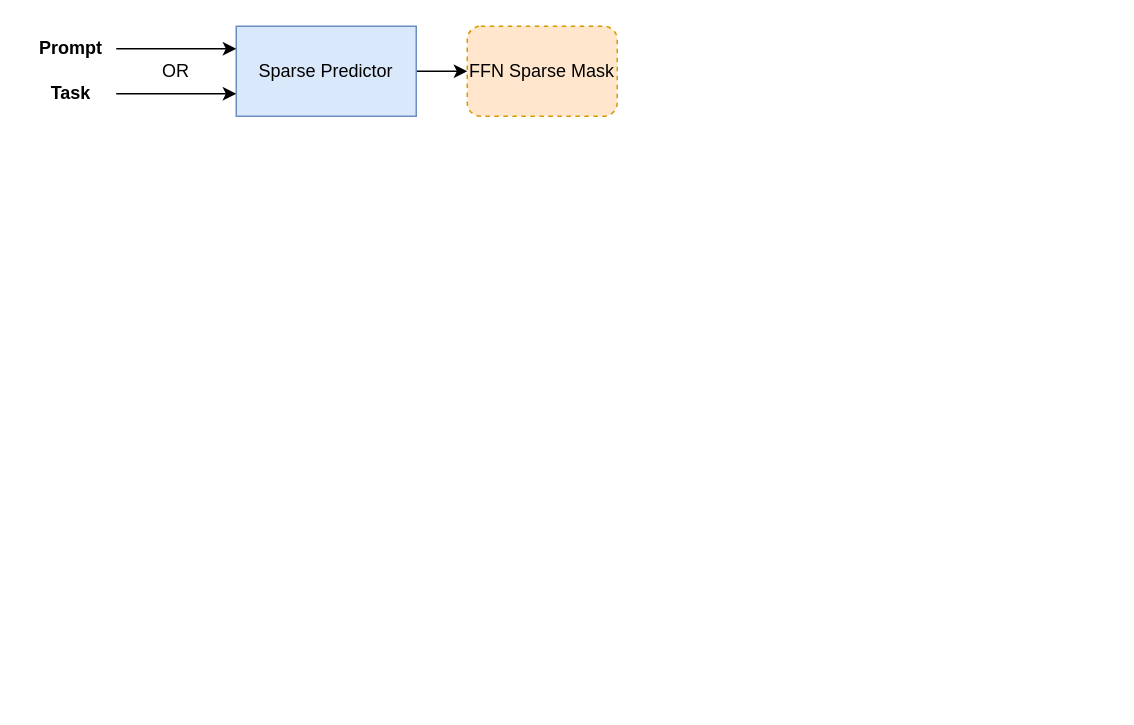
Earlier version of the draw.io diagram llama.cpp/大语言模型的指令跟踪修剪.drawio (mailonghua/drawio). Source tidied: cells renumbered, new cells numbered last; positions are measured from the earlier drawing's top-left corner, leaving out a move shared by most shapes. Both pictures are drawn from the tidied source at 150%, with x=0, y=0 at pixel (26, 26).
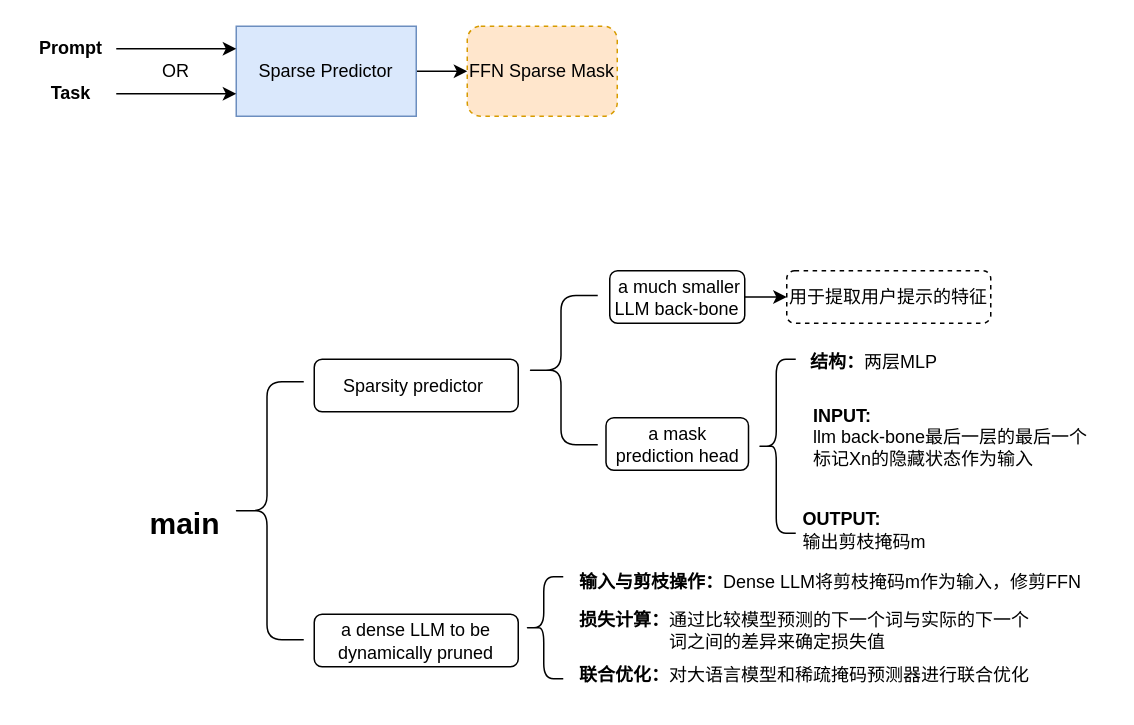
After the change.

Commit message (it also covers changes not shown here):
更新大语言模型的指令跟踪修剪.drawio

What changed in the source:
```diff
@@
+    <mxCell id="10" value="Sparsity predictor&amp;nbsp;" style="rounded=1;whiteSpace=wrap;html=1;" parent="1" vertex="1">
+      <mxGeometry x="192" y="222" width="136" height="35" as="geometry" />
+    </mxCell>
+    <mxCell id="11" value="main" style="text;strokeColor=none;align=center;fillColor=none;html=1;verticalAlign=middle;whiteSpace=wrap;rounded=0;fontSize=20;fontStyle=1;" parent="1" vertex="1">
+      <mxGeometry x="76" y="316" width="60" height="30" as="geometry" />
+    </mxCell>
+    <mxCell id="12" style="shape=curlyBracket;whiteSpace=wrap;html=1;rounded=1;labelPosition=left;verticalLabelPosition=middle;align=right;verticalAlign=middle;" parent="1" vertex="1">
+      <mxGeometry x="332" y="179.5" width="49" height="99.5" as="geometry" />
+    </mxCell>
+    <mxCell id="13" value="&lt;div&gt;a&amp;nbsp;&lt;span style=&quot;background-color: transparent;&quot;&gt;dense LLM to be dynamically pruned&lt;/span&gt;&lt;/div&gt;" style="rounded=1;whiteSpace=wrap;html=1;" parent="1" vertex="1">
+      <mxGeometry x="192" y="392" width="136" height="35" as="geometry" />
+    </mxCell>
+    <mxCell id="14" style="shape=curlyBracket;whiteSpace=wrap;html=1;rounded=1;labelPosition=left;verticalLabelPosition=middle;align=right;verticalAlign=middle;size=0.5;" parent="1" vertex="1">
+      <mxGeometry x="136" y="237" width="49" height="172" as="geometry" />
+    </mxCell>
+    <mxCell id="15" style="edgeStyle=orthogonalEdgeStyle;rounded=0;jettySize=auto;html=1;" parent="1" edge="1" source="16" target="18">
+      <mxGeometry relative="1" as="geometry" />
+    </mxCell>
+    <mxCell id="16" value="&lt;div&gt;&amp;nbsp;a much smaller LLM back-&lt;span style=&quot;background-color: transparent;&quot;&gt;bone&lt;/span&gt;&lt;/div&gt;" style="rounded=1;whiteSpace=wrap;html=1;" parent="1" vertex="1">
+      <mxGeometry x="389" y="163" width="90" height="35" as="geometry" />
+    </mxCell>
+    <mxCell id="17" value="a mask prediction head" style="rounded=1;whiteSpace=wrap;html=1;" parent="1" vertex="1">
+      <mxGeometry x="386.5" y="261" width="95" height="35" as="geometry" />
+    </mxCell>
+    <mxCell id="18" value="用于提取用户提示的特征" style="rounded=1;whiteSpace=wrap;html=1;dashed=1;" parent="1" vertex="1">
+      <mxGeometry x="507" y="163" width="136" height="35" as="geometry" />
+    </mxCell>
+    <mxCell id="19" value="&lt;b&gt;结构：&lt;/b&gt;两层MLP" style="rounded=1;whiteSpace=wrap;html=1;dashed=1;align=left;strokeColor=none;" parent="1" vertex="1">
+      <mxGeometry x="521" y="206" width="136" height="35" as="geometry" />
+    </mxCell>
+    <mxCell id="20" style="shape=curlyBracket;whiteSpace=wrap;html=1;rounded=1;labelPosition=left;verticalLabelPosition=middle;align=right;verticalAlign=middle;" parent="1" vertex="1">
+      <mxGeometry x="487" y="222" width="26" height="116" as="geometry" />
+    </mxCell>
+    <mxCell id="21" value="&lt;b&gt;INPUT:&lt;/b&gt;&lt;div&gt;llm back-bone最后一层的最后一个标记Xn的隐藏状态作为输入&lt;/div&gt;" style="rounded=1;whiteSpace=wrap;html=1;dashed=1;align=left;strokeColor=none;" parent="1" vertex="1">
+      <mxGeometry x="523" y="250" width="191" height="48" as="geometry" />
+    </mxCell>
+    <mxCell id="22" value="&lt;div&gt;&lt;b&gt;OUTPUT:&lt;/b&gt;&lt;/div&gt;&lt;div&gt;输出剪枝掩码m&lt;/div&gt;" style="rounded=1;whiteSpace=wrap;html=1;dashed=1;align=left;strokeColor=none;" parent="1" vertex="1">
+      <mxGeometry x="516" y="312" width="191" height="48" as="geometry" />
+    </mxCell>
+    <mxCell id="23" value="&lt;div&gt;&lt;b&gt;输入与剪枝操作：&lt;/b&gt;&lt;span style=&quot;background-color: transparent;&quot;&gt;Dense LLM将剪枝掩码m作为输入，修剪FFN&lt;/span&gt;&lt;/div&gt;" style="rounded=1;whiteSpace=wrap;html=1;align=left;strokeColor=none;" parent="1" vertex="1">
+      <mxGeometry x="367" y="353" width="355" height="35" as="geometry" />
+    </mxCell>
+    <mxCell id="24" style="shape=curlyBracket;whiteSpace=wrap;html=1;rounded=1;labelPosition=left;verticalLabelPosition=middle;align=right;verticalAlign=middle;" parent="1" vertex="1">
+      <mxGeometry x="332" y="367" width="26" height="68" as="geometry" />
+    </mxCell>
+    <mxCell id="25" value="&lt;b&gt;损失计算：&lt;/b&gt;通过比较模型预测的下一个词与实际的下一个&lt;div&gt;&lt;span style=&quot;white-space: pre;&quot;&gt;&#9;&lt;/span&gt;&lt;span style=&quot;white-space: pre;&quot;&gt;&#9;&lt;/span&gt;&amp;nbsp; 词之间的差异来确定损失值&lt;/div&gt;" style="text;strokeColor=none;align=left;fillColor=none;html=1;verticalAlign=middle;whiteSpace=wrap;rounded=0;" parent="1" vertex="1">
+      <mxGeometry x="367" y="388" width="308" height="30" as="geometry" />
+    </mxCell>
+    <mxCell id="26" value="&lt;b&gt;联合优化：&lt;/b&gt;对大语言模型和稀疏掩码预测器进行联合优化" style="text;strokeColor=none;align=left;fillColor=none;html=1;verticalAlign=middle;whiteSpace=wrap;rounded=0;" parent="1" vertex="1">
+      <mxGeometry x="367" y="418" width="308" height="30" as="geometry" />
+    </mxCell>
```
